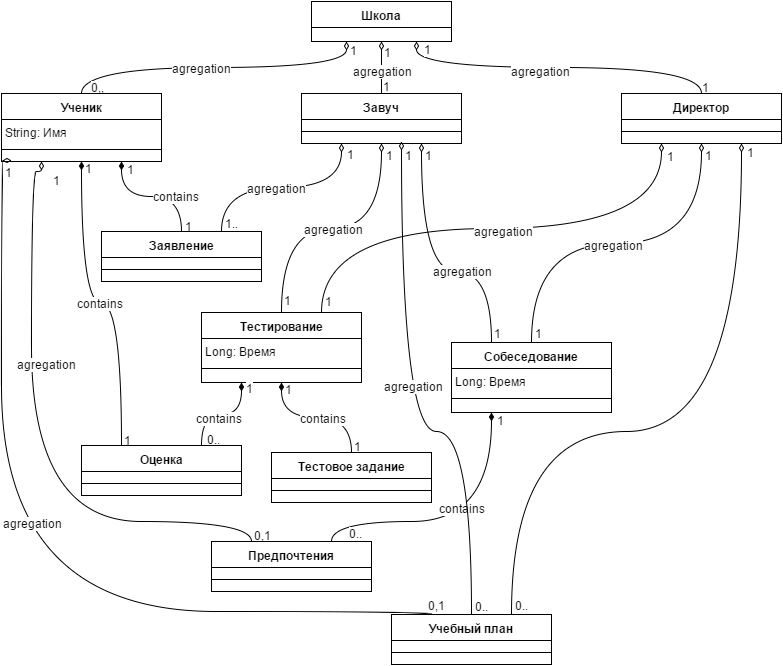
Earlier version of the draw.io export docs/Classes.png (Dmitriyev/softwareArc). Source tidied: cells renumbered, new cells last; positions are measured from the earlier drawing's top-left corner, leaving out a move shared by most shapes.
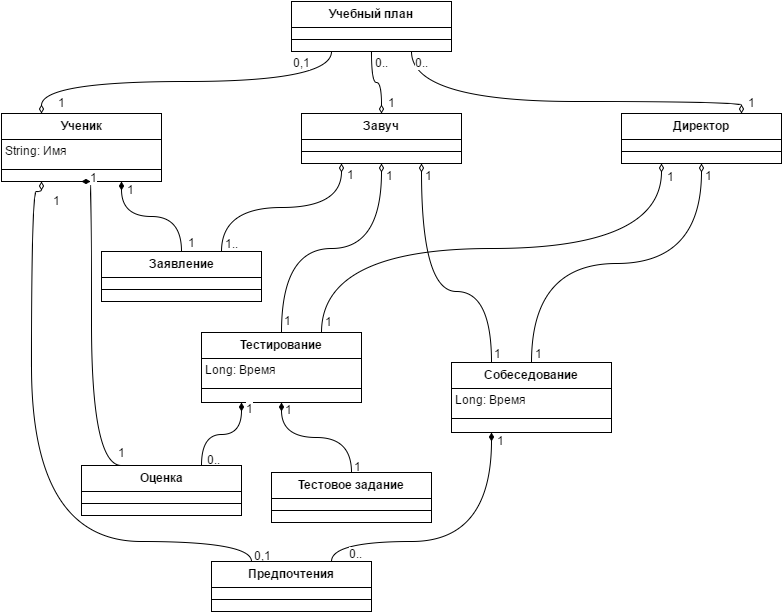
Later version of the same file.

Change to the diagram source:
```diff
@@ -2,52 +2,12 @@
   <root>
     <mxCell id="0" />
     <mxCell id="1" parent="0" />
-    <mxCell id="2" value="&lt;b&gt;Школа&lt;/b&gt;" style="swimlane;html=1;fontStyle=0;horizontal=1;startSize=26;fillColor=none;swimlaneFillColor=#ffffff;" parent="1" vertex="1">
-      <mxGeometry x="310" width="140" height="40" as="geometry" />
-    </mxCell>
-    <mxCell id="3" style="edgeStyle=orthogonalEdgeStyle;curved=1;rounded=0;html=1;exitX=0.5;exitY=0;entryX=0.75;entryY=1;shadow=0;endArrow=diamondThin;endFill=0;jettySize=auto;" parent="1" edge="1" source="7" target="2">
-      <mxGeometry relative="1" as="geometry" />
-    </mxCell>
-    <mxCell id="4" value="1" style="text;html=1;align=center;verticalAlign=middle;labelBackgroundColor=#ffffff;" parent="3" vertex="1">
-      <mxGeometry x="0.96" y="-5" relative="1" as="geometry">
-        <mxPoint x="6" as="offset" />
-      </mxGeometry>
-    </mxCell>
-    <mxCell id="5" value="1" style="text;html=1;align=center;verticalAlign=middle;labelBackgroundColor=#ffffff;" parent="3" vertex="1">
-      <mxGeometry x="-0.96" y="1" relative="1" as="geometry">
-        <mxPoint x="5" as="offset" />
-      </mxGeometry>
-    </mxCell>
-    <mxCell id="6" value="&lt;span&gt;agregation&lt;/span&gt;" style="text;html=1;align=center;verticalAlign=middle;labelBackgroundColor=#ffffff;" parent="3" vertex="1">
-      <mxGeometry x="0.11" y="3" relative="1" as="geometry" />
-    </mxCell>
     <mxCell id="7" value="Директор" style="swimlane;html=1;fontStyle=1;align=center;verticalAlign=top;horizontal=1;startSize=26;swimlaneFillColor=#ffffff;" parent="1" vertex="1">
       <mxGeometry x="620" y="92" width="160" height="50" as="geometry" />
     </mxCell>
     <mxCell id="8" style="line;html=1;strokeWidth=1;fillColor=none;align=left;verticalAlign=middle;spacingTop=-1;spacingLeft=3;spacingRight=3;labelPosition=right;" parent="7" vertex="1">
       <mxGeometry y="26" width="160" height="24" as="geometry" />
     </mxCell>
-    <mxCell id="9" style="edgeStyle=orthogonalEdgeStyle;rounded=0;html=1;exitX=0.5;exitY=0;shadow=0;endArrow=diamondThin;endFill=0;jettySize=auto;curved=1;entryX=0.25;entryY=1;" parent="1" edge="1" source="13" target="2">
-      <mxGeometry relative="1" as="geometry">
-        <Array as="points">
-          <mxPoint x="80" y="66" />
-          <mxPoint x="345" y="66" />
-        </Array>
-      </mxGeometry>
-    </mxCell>
-    <mxCell id="10" value="1" style="text;html=1;align=center;verticalAlign=middle;labelBackgroundColor=#ffffff;" parent="9" vertex="1">
-      <mxGeometry x="0.96" y="-1" relative="1" as="geometry">
-        <mxPoint x="6" y="1" as="offset" />
-      </mxGeometry>
-    </mxCell>
-    <mxCell id="11" value="0,," style="text;html=1;align=center;verticalAlign=middle;labelBackgroundColor=#ffffff;" parent="9" vertex="1">
-      <mxGeometry x="-0.94" y="-6" relative="1" as="geometry">
-        <mxPoint x="10" y="3" as="offset" />
-      </mxGeometry>
-    </mxCell>
-    <mxCell id="12" value="agregation" style="text;html=1;align=center;verticalAlign=middle;labelBackgroundColor=#ffffff;" parent="9" vertex="1">
-      <mxGeometry x="-0.08" relative="1" as="geometry" />
-    </mxCell>
     <mxCell id="13" value="Ученик" style="swimlane;html=1;fontStyle=1;align=center;verticalAlign=top;horizontal=1;startSize=26;swimlaneFillColor=#ffffff;" parent="1" vertex="1">
       <mxGeometry y="92" width="160" height="68" as="geometry" />
     </mxCell>
@@ -57,20 +17,6 @@
     <mxCell id="15" style="line;html=1;strokeWidth=1;fillColor=none;align=left;verticalAlign=middle;spacingTop=-1;spacingLeft=3;spacingRight=3;labelPosition=right;" parent="13" vertex="1">
       <mxGeometry y="52" width="160" height="8" as="geometry" />
     </mxCell>
-    <mxCell id="16" style="edgeStyle=orthogonalEdgeStyle;curved=1;rounded=0;html=1;exitX=0.5;exitY=0;entryX=0.5;entryY=1;shadow=0;endArrow=diamondThin;endFill=0;jettySize=auto;" parent="1" edge="1" source="20" target="2">
-      <mxGeometry relative="1" as="geometry" />
-    </mxCell>
-    <mxCell id="17" value="1" style="text;html=1;align=center;verticalAlign=middle;labelBackgroundColor=#ffffff;" parent="16" vertex="1">
-      <mxGeometry x="0.62" y="-6" relative="1" as="geometry" />
-    </mxCell>
-    <mxCell id="18" value="1" style="text;html=1;align=center;verticalAlign=middle;labelBackgroundColor=#ffffff;" parent="16" vertex="1">
-      <mxGeometry x="-0.62" y="-2" relative="1" as="geometry">
-        <mxPoint x="3" y="2" as="offset" />
-      </mxGeometry>
-    </mxCell>
-    <mxCell id="19" value="&lt;span&gt;agregation&lt;/span&gt;" style="text;html=1;align=center;verticalAlign=middle;labelBackgroundColor=#ffffff;" parent="16" vertex="1">
-      <mxGeometry x="-0.12" y="-1" relative="1" as="geometry" />
-    </mxCell>
     <mxCell id="20" value="Завуч" style="swimlane;html=1;fontStyle=1;align=center;verticalAlign=top;horizontal=1;startSize=26;swimlaneFillColor=#ffffff;" parent="1" vertex="1">
       <mxGeometry x="300" y="92" width="160" height="50" as="geometry" />
     </mxCell>
@@ -85,12 +31,9 @@
         </Array>
       </mxGeometry>
     </mxCell>
-    <mxCell id="23" value="contains" style="text;html=1;align=center;verticalAlign=middle;labelBackgroundColor=#ffffff;" parent="22" vertex="1">
-      <mxGeometry x="-0.38" y="-1" relative="1" as="geometry" />
-    </mxCell>
     <mxCell id="24" value="1" style="text;html=1;align=center;verticalAlign=middle;labelBackgroundColor=#ffffff;" parent="22" vertex="1">
       <mxGeometry x="-0.8" y="-1" relative="1" as="geometry">
-        <mxPoint x="6" y="7" as="offset" />
+        <mxPoint x="9" y="3" as="offset" />
       </mxGeometry>
     </mxCell>
     <mxCell id="25" value="1" style="text;html=1;align=center;verticalAlign=middle;labelBackgroundColor=#ffffff;" parent="22" vertex="1">
@@ -101,9 +44,6 @@
     <mxCell id="26" style="edgeStyle=orthogonalEdgeStyle;curved=1;rounded=0;html=1;exitX=0.75;exitY=0;entryX=0.25;entryY=1;shadow=0;endArrow=diamondThin;endFill=0;jettySize=auto;" parent="1" edge="1" source="30" target="20">
       <mxGeometry relative="1" as="geometry" />
     </mxCell>
-    <mxCell id="27" value="&lt;span&gt;agregation&lt;/span&gt;" style="text;html=1;align=center;verticalAlign=middle;labelBackgroundColor=#ffffff;" parent="26" vertex="1">
-      <mxGeometry x="-0.04" relative="1" as="geometry" />
-    </mxCell>
     <mxCell id="28" value="1.." style="text;html=1;align=center;verticalAlign=middle;labelBackgroundColor=#ffffff;" parent="26" vertex="1">
       <mxGeometry x="-0.88" relative="1" as="geometry">
         <mxPoint x="10" y="3" as="offset" />
@@ -133,9 +73,6 @@
         <mxPoint x="7" y="-8" as="offset" />
       </mxGeometry>
     </mxCell>
-    <mxCell id="35" value="&lt;span&gt;agregation&lt;/span&gt;" style="text;html=1;align=center;verticalAlign=middle;labelBackgroundColor=#ffffff;" parent="32" vertex="1">
-      <mxGeometry x="0.01" relative="1" as="geometry" />
-    </mxCell>
     <mxCell id="36" style="edgeStyle=orthogonalEdgeStyle;curved=1;rounded=0;html=1;exitX=0.75;exitY=0;entryX=0.25;entryY=1;shadow=0;endArrow=diamondThin;endFill=0;jettySize=auto;" parent="1" edge="1" source="40" target="7">
       <mxGeometry relative="1" as="geometry" />
     </mxCell>
@@ -149,9 +86,6 @@
         <mxPoint x="7" y="-8" as="offset" />
       </mxGeometry>
     </mxCell>
-    <mxCell id="39" value="&lt;span&gt;agregation&lt;/span&gt;" style="text;html=1;align=center;verticalAlign=middle;labelBackgroundColor=#ffffff;" parent="36" vertex="1">
-      <mxGeometry x="0.05" y="-2" relative="1" as="geometry" />
-    </mxCell>
     <mxCell id="40" value="Тестирование" style="swimlane;html=1;fontStyle=1;align=center;verticalAlign=top;horizontal=1;startSize=26;swimlaneFillColor=#ffffff;" parent="1" vertex="1">
       <mxGeometry x="200" y="311" width="160" height="70" as="geometry" />
     </mxCell>
@@ -164,9 +98,6 @@
     <mxCell id="43" style="edgeStyle=orthogonalEdgeStyle;curved=1;rounded=0;html=1;exitX=0.5;exitY=0;entryX=0.5;entryY=1;shadow=0;endArrow=diamondThin;endFill=1;jettySize=auto;" parent="1" edge="1" source="47" target="40">
       <mxGeometry relative="1" as="geometry" />
     </mxCell>
-    <mxCell id="44" value="&lt;span&gt;contains&lt;/span&gt;" style="text;html=1;align=center;verticalAlign=middle;labelBackgroundColor=#ffffff;" parent="43" vertex="1">
-      <mxGeometry x="-0.08" relative="1" as="geometry" />
-    </mxCell>
     <mxCell id="45" value="1" style="text;html=1;align=center;verticalAlign=middle;labelBackgroundColor=#ffffff;" parent="43" vertex="1">
       <mxGeometry x="-0.89" y="3" relative="1" as="geometry">
         <mxPoint x="9" as="offset" />
@@ -186,9 +117,6 @@
     <mxCell id="49" style="edgeStyle=orthogonalEdgeStyle;curved=1;rounded=0;html=1;exitX=0.75;exitY=0;entryX=0.25;entryY=1;shadow=0;endArrow=diamondThin;endFill=1;jettySize=auto;" parent="1" edge="1" source="57" target="40">
       <mxGeometry relative="1" as="geometry" />
     </mxCell>
-    <mxCell id="50" value="&lt;span&gt;contains&lt;/span&gt;" style="text;html=1;align=center;verticalAlign=middle;labelBackgroundColor=#ffffff;" parent="49" vertex="1">
-      <mxGeometry x="-0.07" y="-3" relative="1" as="geometry" />
-    </mxCell>
     <mxCell id="51" value="1" style="text;html=1;align=center;verticalAlign=middle;labelBackgroundColor=#ffffff;" parent="49" vertex="1">
       <mxGeometry x="0.78" relative="1" as="geometry">
         <mxPoint x="8" y="-6" as="offset" />
@@ -199,20 +127,17 @@
         <mxPoint x="9" as="offset" />
       </mxGeometry>
     </mxCell>
-    <mxCell id="53" style="edgeStyle=orthogonalEdgeStyle;curved=1;rounded=0;html=1;exitX=0.25;exitY=0;entryX=0.5;entryY=1;shadow=0;endArrow=diamondThin;endFill=1;jettySize=auto;" parent="1" edge="1" source="57" target="13">
+    <mxCell id="53" style="edgeStyle=orthogonalEdgeStyle;curved=1;rounded=0;html=1;entryX=0.5;entryY=1;shadow=0;endArrow=diamondThin;endFill=1;jettySize=auto;exitX=0.25;exitY=0;" parent="1" edge="1" source="57" target="13">
       <mxGeometry relative="1" as="geometry">
         <Array as="points">
-          <mxPoint x="120" y="302" />
-          <mxPoint x="80" y="302" />
+          <mxPoint x="90" y="444" />
+          <mxPoint x="90" y="160" />
         </Array>
       </mxGeometry>
     </mxCell>
-    <mxCell id="54" value="&lt;span&gt;contains&lt;/span&gt;" style="text;html=1;align=center;verticalAlign=middle;labelBackgroundColor=#ffffff;" parent="53" vertex="1">
-      <mxGeometry x="0.01" y="-1" relative="1" as="geometry" />
-    </mxCell>
     <mxCell id="55" value="1" style="text;html=1;align=center;verticalAlign=middle;labelBackgroundColor=#ffffff;" parent="53" vertex="1">
       <mxGeometry x="-0.95" y="-1" relative="1" as="geometry">
-        <mxPoint x="5" y="2" as="offset" />
+        <mxPoint x="8" y="-13" as="offset" />
       </mxGeometry>
     </mxCell>
     <mxCell id="56" value="1" style="text;html=1;align=center;verticalAlign=middle;labelBackgroundColor=#ffffff;" parent="53" vertex="1">
@@ -234,11 +159,6 @@
         </Array>
       </mxGeometry>
     </mxCell>
-    <mxCell id="60" value="&lt;span&gt;agregation&lt;/span&gt;" style="text;html=1;align=center;verticalAlign=middle;labelBackgroundColor=#ffffff;" parent="59" vertex="1">
-      <mxGeometry x="-0.47" y="29" relative="1" as="geometry">
-        <mxPoint x="-29" y="-30" as="offset" />
-      </mxGeometry>
-    </mxCell>
     <mxCell id="61" value="1" style="text;html=1;align=center;verticalAlign=middle;labelBackgroundColor=#ffffff;" parent="59" vertex="1">
       <mxGeometry x="0.87" y="-2" relative="1" as="geometry">
         <mxPoint x="5" y="-6" as="offset" />
@@ -252,9 +172,6 @@
     <mxCell id="63" style="edgeStyle=orthogonalEdgeStyle;curved=1;rounded=0;html=1;exitX=0.5;exitY=0;entryX=0.5;entryY=1;shadow=0;endArrow=diamondThin;endFill=0;jettySize=auto;" parent="1" edge="1" source="67" target="7">
       <mxGeometry relative="1" as="geometry" />
     </mxCell>
-    <mxCell id="64" value="&lt;span&gt;agregation&lt;/span&gt;" style="text;html=1;align=center;verticalAlign=middle;labelBackgroundColor=#ffffff;" parent="63" vertex="1">
-      <mxGeometry x="-0.02" y="-1" relative="1" as="geometry" />
-    </mxCell>
     <mxCell id="65" value="1" style="text;html=1;align=center;verticalAlign=middle;labelBackgroundColor=#ffffff;" parent="63" vertex="1">
       <mxGeometry x="-0.94" y="-3" relative="1" as="geometry">
         <mxPoint x="4" y="1" as="offset" />
@@ -294,9 +211,6 @@
         <mxPoint x="16" y="8" as="offset" />
       </mxGeometry>
     </mxCell>
-    <mxCell id="73" value="&lt;span&gt;agregation&lt;/span&gt;&lt;br&gt;" style="text;html=1;align=center;verticalAlign=middle;labelBackgroundColor=#ffffff;" parent="70" vertex="1">
-      <mxGeometry x="0.31" y="-15" relative="1" as="geometry" />
-    </mxCell>
     <mxCell id="74" style="edgeStyle=orthogonalEdgeStyle;curved=1;rounded=0;html=1;exitX=0.75;exitY=0;entryX=0.25;entryY=1;shadow=0;endArrow=diamondThin;endFill=1;jettySize=auto;" parent="1" edge="1" source="78" target="67">
       <mxGeometry relative="1" as="geometry">
         <Array as="points">
@@ -315,80 +229,63 @@
         <mxPoint x="9" y="-3" as="offset" />
       </mxGeometry>
     </mxCell>
-    <mxCell id="77" value="&lt;span&gt;contains&lt;/span&gt;" style="text;html=1;align=center;verticalAlign=middle;labelBackgroundColor=#ffffff;" parent="74" vertex="1">
-      <mxGeometry x="0.04" y="14" relative="1" as="geometry" />
-    </mxCell>
     <mxCell id="78" value="Предпочтения" style="swimlane;html=1;fontStyle=1;align=center;verticalAlign=top;horizontal=1;startSize=26;swimlaneFillColor=#ffffff;" parent="1" vertex="1">
       <mxGeometry x="210" y="540" width="160" height="50" as="geometry" />
     </mxCell>
     <mxCell id="79" style="line;html=1;strokeWidth=1;fillColor=none;align=left;verticalAlign=middle;spacingTop=-1;spacingLeft=3;spacingRight=3;labelPosition=right;" parent="78" vertex="1">
       <mxGeometry y="26" width="160" height="24" as="geometry" />
     </mxCell>
-    <mxCell id="80" style="edgeStyle=orthogonalEdgeStyle;curved=1;rounded=0;html=1;exitX=0.75;exitY=0;entryX=0.75;entryY=1;shadow=0;endArrow=diamondThin;endFill=0;jettySize=auto;" parent="1" edge="1" source="91" target="7">
+    <mxCell id="80" style="edgeStyle=orthogonalEdgeStyle;curved=1;rounded=0;html=1;exitX=0.75;exitY=1;entryX=0.75;entryY=0;shadow=0;endArrow=diamondThin;endFill=0;jettySize=auto;" parent="1" edge="1" source="91" target="7">
       <mxGeometry relative="1" as="geometry">
         <Array as="points">
-          <mxPoint x="510" y="430" />
-          <mxPoint x="740" y="430" />
+          <mxPoint x="410" y="80" />
+          <mxPoint x="740" y="80" />
         </Array>
       </mxGeometry>
     </mxCell>
     <mxCell id="81" value="1" style="text;html=1;align=center;verticalAlign=middle;labelBackgroundColor=#ffffff;" parent="80" vertex="1">
       <mxGeometry x="0.97" y="-2" relative="1" as="geometry">
-        <mxPoint x="7" y="-1" as="offset" />
+        <mxPoint x="12" y="-7" as="offset" />
       </mxGeometry>
     </mxCell>
     <mxCell id="82" value="0.." style="text;html=1;align=center;verticalAlign=middle;labelBackgroundColor=#ffffff;" parent="80" vertex="1">
       <mxGeometry x="-0.97" y="-1" relative="1" as="geometry">
-        <mxPoint x="9" y="1" as="offset" />
+        <mxPoint x="11" y="4" as="offset" />
       </mxGeometry>
     </mxCell>
-    <mxCell id="83" style="edgeStyle=orthogonalEdgeStyle;curved=1;rounded=0;html=1;exitX=0.5;exitY=0;shadow=0;endArrow=diamondThin;endFill=0;jettySize=auto;" parent="1" edge="1" source="91">
-      <mxGeometry relative="1" as="geometry">
-        <mxPoint x="400" y="140" as="targetPoint" />
-        <Array as="points">
-          <mxPoint x="470" y="430" />
-          <mxPoint x="400" y="430" />
-        </Array>
-      </mxGeometry>
+    <mxCell id="83" style="rounded=0;html=1;exitX=0.5;exitY=1;shadow=0;endArrow=diamondThin;endFill=0;jettySize=auto;entryX=0.5;entryY=0;edgeStyle=orthogonalEdgeStyle;curved=1;" parent="1" edge="1" source="91" target="20">
+      <mxGeometry relative="1" as="geometry" />
     </mxCell>
     <mxCell id="84" value="1" style="text;html=1;align=center;verticalAlign=middle;labelBackgroundColor=#ffffff;" parent="83" vertex="1">
       <mxGeometry x="0.94" y="-2" relative="1" as="geometry">
-        <mxPoint x="5" y="-2" as="offset" />
+        <mxPoint x="12" y="-10" as="offset" />
       </mxGeometry>
     </mxCell>
     <mxCell id="85" value="0.." style="text;html=1;align=center;verticalAlign=middle;labelBackgroundColor=#ffffff;" parent="83" vertex="1">
       <mxGeometry x="-0.96" y="-1" relative="1" as="geometry">
-        <mxPoint x="9" y="1" as="offset" />
+        <mxPoint x="11" y="9" as="offset" />
       </mxGeometry>
     </mxCell>
-    <mxCell id="86" value="&lt;span&gt;agregation&lt;/span&gt;" style="text;html=1;align=center;verticalAlign=middle;labelBackgroundColor=#ffffff;" parent="83" vertex="1">
-      <mxGeometry x="0.1" y="-12" relative="1" as="geometry" />
-    </mxCell>
-    <mxCell id="87" style="edgeStyle=orthogonalEdgeStyle;curved=1;rounded=0;html=1;exitX=0.25;exitY=0;shadow=0;endArrow=diamondThin;endFill=0;jettySize=auto;" parent="1" edge="1" source="91">
+    <mxCell id="87" style="edgeStyle=orthogonalEdgeStyle;curved=1;rounded=0;html=1;exitX=0.25;exitY=1;shadow=0;endArrow=diamondThin;endFill=0;jettySize=auto;entryX=0.25;entryY=0;" parent="1" edge="1" source="91" target="13">
       <mxGeometry relative="1" as="geometry">
-        <mxPoint x="10" y="159" as="targetPoint" />
         <Array as="points">
-          <mxPoint x="430" y="610" />
-          <mxPoint y="610" />
-          <mxPoint y="159" />
+          <mxPoint x="330" y="60" />
+          <mxPoint x="40" y="60" />
         </Array>
       </mxGeometry>
     </mxCell>
-    <mxCell id="88" value="&lt;span&gt;agregation&lt;/span&gt;" style="text;html=1;align=center;verticalAlign=middle;labelBackgroundColor=#ffffff;" parent="87" vertex="1">
-      <mxGeometry x="0.17" y="-31" relative="1" as="geometry" />
-    </mxCell>
     <mxCell id="89" value="0,1" style="text;html=1;align=center;verticalAlign=middle;labelBackgroundColor=#ffffff;" parent="87" vertex="1">
       <mxGeometry x="-0.97" y="-1" relative="1" as="geometry">
-        <mxPoint x="17" y="-6" as="offset" />
+        <mxPoint x="-29" y="4" as="offset" />
       </mxGeometry>
     </mxCell>
     <mxCell id="90" value="1" style="text;html=1;align=center;verticalAlign=middle;labelBackgroundColor=#ffffff;" parent="87" vertex="1">
       <mxGeometry x="0.95" y="-3" relative="1" as="geometry">
-        <mxPoint x="4" as="offset" />
+        <mxPoint x="23" y="-4" as="offset" />
       </mxGeometry>
     </mxCell>
     <mxCell id="91" value="Учебный план" style="swimlane;html=1;fontStyle=1;align=center;verticalAlign=top;horizontal=1;startSize=26;swimlaneFillColor=#ffffff;" parent="1" vertex="1">
-      <mxGeometry x="390" y="613" width="160" height="50" as="geometry" />
+      <mxGeometry x="290" y="-20" width="160" height="50" as="geometry" />
     </mxCell>
     <mxCell id="92" style="line;html=1;strokeWidth=1;fillColor=none;align=left;verticalAlign=middle;spacingTop=-1;spacingLeft=3;spacingRight=3;labelPosition=right;" parent="91" vertex="1">
       <mxGeometry y="26" width="160" height="24" as="geometry" />
```
